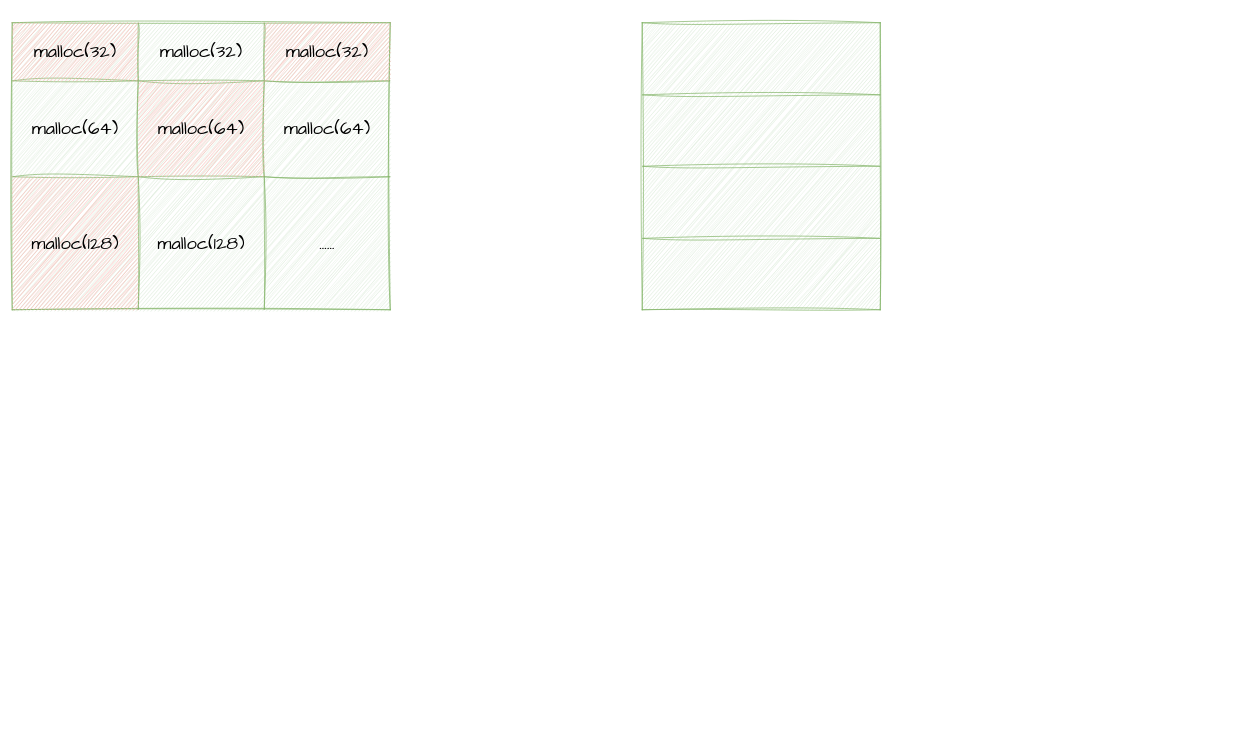
mykmuzi/github-slideshow keeps this draw.io diagram as malloc.drawio. Above is the earlier version. Source tidied: cells renumbered, new cells numbered last; positions are measured from the earlier drawing's top-left corner, leaving out a move shared by most shapes. Both pictures are drawn from the tidied source at 70%, with x=0, y=0 at pixel (12, 22).
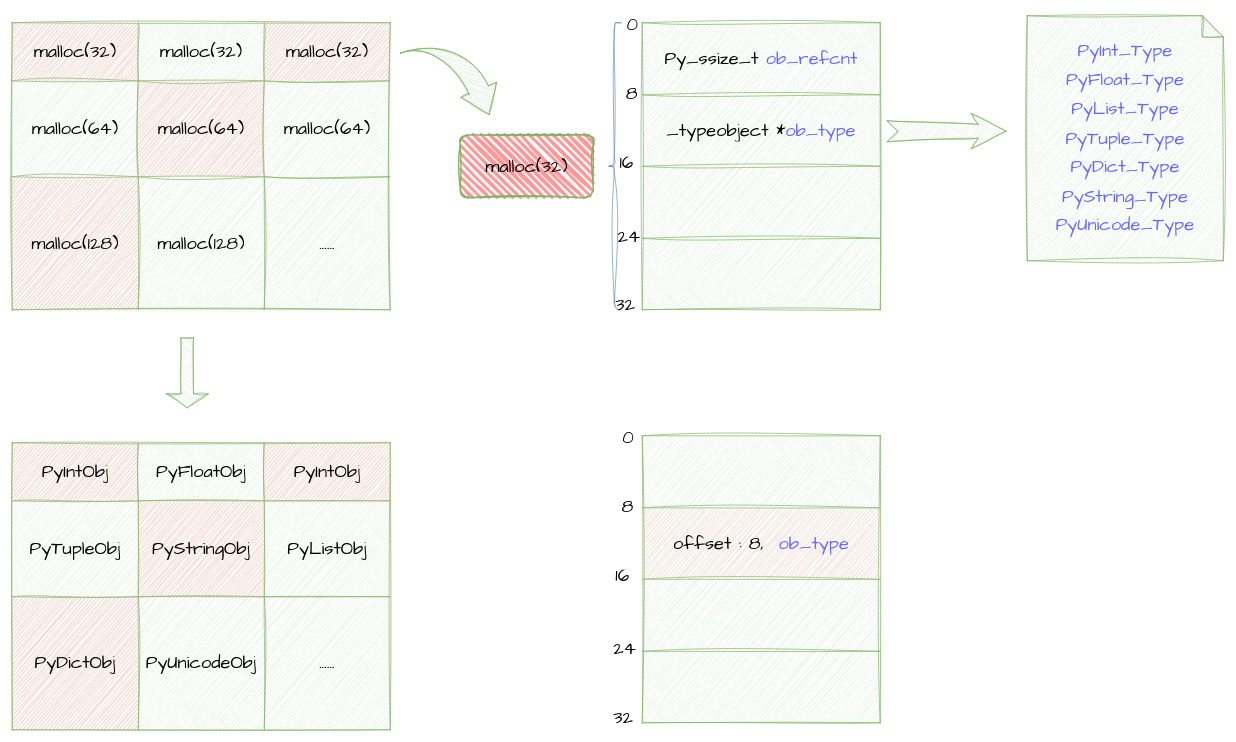
After the change.

Unchanged cells that the change refers to:
```xml
<mxCell id="16" style="shape=tableRow;horizontal=0;startSize=0;swimlaneHead=0;swimlaneBody=0;strokeColor=inherit;top=0;left=0;bottom=0;right=0;fillColor=none;sketch=1;jiggle=2;curveFitting=1;fontFamily=Comic Sans MS;fontSize=26;fontColor=default;" parent="15" vertex="1">
  <mxGeometry width="340" height="103" as="geometry" />
</mxCell>
<mxCell id="18" style="shape=tableRow;horizontal=0;startSize=0;swimlaneHead=0;swimlaneBody=0;strokeColor=inherit;top=0;left=0;bottom=0;right=0;fillColor=none;sketch=1;jiggle=2;curveFitting=1;fontFamily=Comic Sans MS;fontSize=26;fontColor=default;" parent="15" vertex="1">
  <mxGeometry y="103" width="340" height="102" as="geometry" />
</mxCell>
```

The edit, as a diff of the source:
```diff
@@
-    <mxCell id="17" style="shape=partialRectangle;html=1;whiteSpace=wrap;strokeColor=inherit;overflow=hidden;fillColor=none;top=0;left=0;bottom=0;right=0;sketch=1;jiggle=2;curveFitting=1;fontFamily=Comic Sans MS;fontSize=26;fontColor=default;startSize=0;" parent="16" vertex="1">
+    <mxCell id="17" value="Py_ssize_t &lt;font color=&quot;#6666ff&quot;&gt;ob_refcnt&lt;/font&gt;" style="shape=partialRectangle;html=1;whiteSpace=wrap;strokeColor=inherit;overflow=hidden;fillColor=none;top=0;left=0;bottom=0;right=0;sketch=1;jiggle=2;curveFitting=1;fontFamily=Comic Sans MS;fontSize=26;fontColor=default;startSize=0;" parent="16" vertex="1">
       <mxGeometry width="340" height="103" as="geometry" />
     </mxCell>
@@
-    <mxCell id="19" style="shape=partialRectangle;html=1;whiteSpace=wrap;strokeColor=inherit;overflow=hidden;fillColor=none;top=0;left=0;bottom=0;right=0;sketch=1;jiggle=2;curveFitting=1;fontFamily=Comic Sans MS;fontSize=26;fontColor=default;startSize=0;" parent="18" vertex="1">
+    <mxCell id="19" value="_typeobject *&lt;font color=&quot;#6666ff&quot;&gt;ob_type&lt;/font&gt;" style="shape=partialRectangle;html=1;whiteSpace=wrap;strokeColor=inherit;overflow=hidden;fillColor=none;top=0;left=0;bottom=0;right=0;sketch=1;jiggle=2;curveFitting=1;fontFamily=Comic Sans MS;fontSize=26;fontColor=default;startSize=0;" parent="18" vertex="1">
       <mxGeometry width="340" height="102" as="geometry" />
     </mxCell>
@@
+    <mxCell id="24" style="shape=curlyBracket;whiteSpace=wrap;html=1;rounded=1;labelPosition=left;verticalLabelPosition=middle;align=right;verticalAlign=middle;sketch=1;jiggle=2;curveFitting=1;strokeColor=#6c8ebf;fontFamily=Comic Sans MS;fontSize=26;startSize=0;fillColor=#dae8fc;" parent="1" vertex="1">
+      <mxGeometry x="850" width="20" height="410" as="geometry" />
+    </mxCell>
+    <mxCell id="25" value="malloc(32)" style="rounded=1;whiteSpace=wrap;html=1;strokeWidth=2;fillWeight=4;hachureGap=8;hachureAngle=45;fillColor=#FF9999;sketch=1;jiggle=2;curveFitting=1;strokeColor=#82b366;fontFamily=Comic Sans MS;fontSize=26;fontColor=default;startSize=0;" parent="1" vertex="1">
+      <mxGeometry x="640" y="160" width="190" height="90" as="geometry" />
+    </mxCell>
+    <mxCell id="26" style="html=1;shadow=0;dashed=0;align=center;verticalAlign=middle;shape=mxgraph.arrows2.stylisedArrow;dy=0.6;dx=40;notch=15;feather=0.4;sketch=1;jiggle=2;curveFitting=1;strokeColor=#82b366;fontFamily=Comic Sans MS;fontSize=26;fontColor=default;startSize=0;fillColor=#d5e8d4;" parent="1" vertex="1">
+      <mxGeometry x="1250" y="130" width="170" height="50" as="geometry" />
+    </mxCell>
+    <mxCell id="27" value="&lt;p style=&quot;line-height: 160%;&quot;&gt;&lt;font color=&quot;#6666ff&quot;&gt;PyInt_Type&lt;br&gt;PyFloat_Type&lt;br&gt;PyList_Type&lt;br&gt;PyTuple_Type&lt;br&gt;PyDict_Type&lt;br&gt;PyString_Type&lt;br&gt;PyUnicode_Type&lt;/font&gt;&lt;/p&gt;" style="shape=note;whiteSpace=wrap;html=1;backgroundOutline=1;darkOpacity=0.05;sketch=1;jiggle=2;curveFitting=1;strokeColor=#82b366;fontFamily=Comic Sans MS;fontSize=26;fontColor=default;startSize=0;fillColor=#d5e8d4;" parent="1" vertex="1">
+      <mxGeometry x="1450" y="-10" width="280" height="350" as="geometry" />
+    </mxCell>
+    <mxCell id="28" style="shape=table;startSize=0;childLayout=tableLayout;sketch=1;curveFitting=1;jiggle=2;fillColor=#d5e8d4;strokeColor=#82b366;" parent="1" vertex="1">
+      <mxGeometry y="600" width="540" height="410" as="geometry" />
+    </mxCell>
+    <mxCell id="29" style="shape=tableRow;horizontal=0;startSize=0;swimlaneHead=0;swimlaneBody=0;strokeColor=inherit;top=0;left=0;bottom=0;right=0;fillColor=none;" parent="28" vertex="1">
+      <mxGeometry width="540" height="83" as="geometry" />
+    </mxCell>
+    <mxCell id="30" value="PyIntObj" style="shape=partialRectangle;html=1;whiteSpace=wrap;overflow=hidden;top=0;left=0;bottom=0;right=0;fontFamily=Comic Sans MS;fontSize=26;sketch=1;curveFitting=1;jiggle=2;fillColor=#F8B5AE;strokeColor=#b85450;" parent="29" vertex="1">
+      <mxGeometry width="180" height="83" as="geometry" />
+    </mxCell>
+    <mxCell id="31" value="PyFloatObj" style="shape=partialRectangle;html=1;whiteSpace=wrap;strokeColor=inherit;overflow=hidden;fillColor=none;top=0;left=0;bottom=0;right=0;fontFamily=Comic Sans MS;fontSize=26;" parent="29" vertex="1">
+      <mxGeometry x="180" width="180" height="83" as="geometry" />
+    </mxCell>
+    <mxCell id="32" value="PyIntObj" style="shape=partialRectangle;html=1;whiteSpace=wrap;strokeColor=#b85450;overflow=hidden;fillColor=#F8B5AE;top=0;left=0;bottom=0;right=0;fontFamily=Comic Sans MS;fontSize=26;sketch=1;curveFitting=1;jiggle=2;" parent="29" vertex="1">
+      <mxGeometry x="360" width="180" height="83" as="geometry" />
+    </mxCell>
+    <mxCell id="33" style="shape=tableRow;horizontal=0;startSize=0;swimlaneHead=0;swimlaneBody=0;strokeColor=inherit;top=0;left=0;bottom=0;right=0;fillColor=none;" parent="28" vertex="1">
+      <mxGeometry y="83" width="540" height="137" as="geometry" />
+    </mxCell>
+    <mxCell id="34" value="PyTupleObj" style="shape=partialRectangle;html=1;whiteSpace=wrap;strokeColor=inherit;overflow=hidden;fillColor=none;top=0;left=0;bottom=0;right=0;fontFamily=Comic Sans MS;fontSize=26;" parent="33" vertex="1">
+      <mxGeometry width="180" height="137" as="geometry" />
+    </mxCell>
+    <mxCell id="35" value="PyStringObj" style="shape=partialRectangle;html=1;whiteSpace=wrap;strokeColor=#b85450;overflow=hidden;fillColor=#F8B5AE;top=0;left=0;bottom=0;right=0;fontFamily=Comic Sans MS;fontSize=26;sketch=1;curveFitting=1;jiggle=2;" parent="33" vertex="1">
+      <mxGeometry x="180" width="180" height="137" as="geometry" />
+    </mxCell>
+    <mxCell id="36" value="PyListObj" style="shape=partialRectangle;html=1;whiteSpace=wrap;strokeColor=inherit;overflow=hidden;fillColor=none;top=0;left=0;bottom=0;right=0;fontFamily=Comic Sans MS;fontSize=26;" parent="33" vertex="1">
+      <mxGeometry x="360" width="180" height="137" as="geometry" />
+    </mxCell>
+    <mxCell id="37" style="shape=tableRow;horizontal=0;startSize=0;swimlaneHead=0;swimlaneBody=0;strokeColor=inherit;top=0;left=0;bottom=0;right=0;fillColor=none;" parent="28" vertex="1">
+      <mxGeometry y="220" width="540" height="190" as="geometry" />
+    </mxCell>
+    <mxCell id="38" value="PyDictObj" style="shape=partialRectangle;html=1;whiteSpace=wrap;strokeColor=#b85450;overflow=hidden;fillColor=#F8B5AE;top=0;left=0;bottom=0;right=0;fontFamily=Comic Sans MS;fontSize=26;sketch=1;curveFitting=1;jiggle=2;" parent="37" vertex="1">
+      <mxGeometry width="180" height="190" as="geometry" />
+    </mxCell>
+    <mxCell id="39" value="PyUnicodeObj" style="shape=partialRectangle;html=1;whiteSpace=wrap;strokeColor=inherit;overflow=hidden;fillColor=none;top=0;left=0;bottom=0;right=0;fontFamily=Comic Sans MS;fontSize=26;" parent="37" vertex="1">
+      <mxGeometry x="180" width="180" height="190" as="geometry" />
+    </mxCell>
+    <mxCell id="40" value="......" style="shape=partialRectangle;html=1;whiteSpace=wrap;strokeColor=inherit;overflow=hidden;fillColor=none;top=0;left=0;bottom=0;right=0;fontFamily=Comic Sans MS;fontSize=26;" parent="37" vertex="1">
+      <mxGeometry x="360" width="180" height="190" as="geometry" />
+    </mxCell>
+    <mxCell id="41" style="shape=singleArrow;direction=south;whiteSpace=wrap;html=1;sketch=1;jiggle=2;curveFitting=1;strokeColor=#82b366;fontFamily=Comic Sans MS;fontSize=26;fontColor=default;startSize=0;fillColor=#d5e8d4;" parent="1" vertex="1">
+      <mxGeometry x="220" y="450" width="60" height="100" as="geometry" />
+    </mxCell>
+    <mxCell id="42" style="html=1;shadow=0;dashed=0;align=center;verticalAlign=middle;shape=mxgraph.arrows2.jumpInArrow;dy=15;dx=38;arrowHead=55;sketch=1;jiggle=2;curveFitting=1;strokeColor=#82b366;fontFamily=Comic Sans MS;fontSize=26;fontColor=default;startSize=0;fillColor=#d5e8d4;rotation=67;" parent="1" vertex="1">
+      <mxGeometry x="565.5" y="26.8" width="130" height="110" as="geometry" />
+    </mxCell>
+    <mxCell id="43" style="shape=table;startSize=0;childLayout=tableLayout;sketch=1;jiggle=2;curveFitting=1;strokeColor=#82b366;fontFamily=Comic Sans MS;fontSize=26;fontColor=default;fillColor=#d5e8d4;" parent="1" vertex="1">
+      <mxGeometry x="900" y="590" width="340" height="410" as="geometry" />
+    </mxCell>
+    <mxCell id="44" style="shape=tableRow;horizontal=0;startSize=0;swimlaneHead=0;swimlaneBody=0;strokeColor=inherit;top=0;left=0;bottom=0;right=0;fillColor=none;sketch=1;jiggle=2;curveFitting=1;fontFamily=Comic Sans MS;fontSize=26;fontColor=default;" parent="43" vertex="1">
+      <mxGeometry width="340" height="103" as="geometry" />
+    </mxCell>
+    <mxCell id="45" style="shape=partialRectangle;html=1;whiteSpace=wrap;strokeColor=inherit;overflow=hidden;fillColor=none;top=0;left=0;bottom=0;right=0;sketch=1;jiggle=2;curveFitting=1;fontFamily=Comic Sans MS;fontSize=26;fontColor=default;startSize=0;" parent="44" vertex="1">
+      <mxGeometry width="340" height="103" as="geometry" />
+    </mxCell>
+    <mxCell id="46" style="shape=tableRow;horizontal=0;startSize=0;swimlaneHead=0;swimlaneBody=0;strokeColor=inherit;top=0;left=0;bottom=0;right=0;fillColor=none;sketch=1;jiggle=2;curveFitting=1;fontFamily=Comic Sans MS;fontSize=26;fontColor=default;" parent="43" vertex="1">
+      <mxGeometry y="103" width="340" height="102" as="geometry" />
+    </mxCell>
+    <mxCell id="47" value="offset : 8,&amp;nbsp;&amp;nbsp;&lt;font color=&quot;#6666ff&quot;&gt;ob_type&lt;/font&gt;" style="shape=partialRectangle;html=1;whiteSpace=wrap;strokeColor=#b85450;overflow=hidden;fillColor=#f8cecc;top=0;left=0;bottom=0;right=0;sketch=1;jiggle=2;curveFitting=1;fontFamily=Comic Sans MS;fontSize=26;startSize=0;" parent="46" vertex="1">
+      <mxGeometry width="340" height="102" as="geometry" />
+    </mxCell>
+    <mxCell id="48" style="shape=tableRow;horizontal=0;startSize=0;swimlaneHead=0;swimlaneBody=0;strokeColor=inherit;top=0;left=0;bottom=0;right=0;fillColor=none;sketch=1;jiggle=2;curveFitting=1;fontFamily=Comic Sans MS;fontSize=26;fontColor=default;" parent="43" vertex="1">
+      <mxGeometry y="205" width="340" height="103" as="geometry" />
+    </mxCell>
+    <mxCell id="49" style="shape=partialRectangle;html=1;whiteSpace=wrap;strokeColor=inherit;overflow=hidden;fillColor=none;top=0;left=0;bottom=0;right=0;sketch=1;jiggle=2;curveFitting=1;fontFamily=Comic Sans MS;fontSize=26;fontColor=default;startSize=0;" parent="48" vertex="1">
+      <mxGeometry width="340" height="103" as="geometry" />
+    </mxCell>
+    <mxCell id="50" style="shape=tableRow;horizontal=0;startSize=0;swimlaneHead=0;swimlaneBody=0;strokeColor=inherit;top=0;left=0;bottom=0;right=0;fillColor=none;sketch=1;jiggle=2;curveFitting=1;fontFamily=Comic Sans MS;fontSize=26;fontColor=default;" parent="43" vertex="1">
+      <mxGeometry y="308" width="340" height="102" as="geometry" />
+    </mxCell>
+    <mxCell id="51" style="shape=partialRectangle;html=1;whiteSpace=wrap;strokeColor=inherit;overflow=hidden;fillColor=none;top=0;left=0;bottom=0;right=0;sketch=1;jiggle=2;curveFitting=1;fontFamily=Comic Sans MS;fontSize=26;fontColor=default;startSize=0;" parent="50" vertex="1">
+      <mxGeometry width="340" height="102" as="geometry" />
+    </mxCell>
+    <mxCell id="52" value="0" style="html=1;whiteSpace=wrap;align=left;verticalAlign=bottom;sketch=1;jiggle=2;curveFitting=1;strokeColor=#82b366;fontFamily=Comic Sans MS;fontSize=26;fontColor=default;startSize=0;fillColor=#d5e8d4;" parent="1" vertex="1">
+      <mxGeometry x="870" y="610" as="geometry" />
+    </mxCell>
+    <mxCell id="53" value="8" style="html=1;whiteSpace=wrap;align=left;verticalAlign=bottom;sketch=1;jiggle=2;curveFitting=1;strokeColor=#82b366;fontFamily=Comic Sans MS;fontSize=26;fontColor=default;startSize=0;fillColor=#d5e8d4;" parent="1" vertex="1">
+      <mxGeometry x="869" y="708" as="geometry" />
+    </mxCell>
+    <mxCell id="54" value="16" style="html=1;whiteSpace=wrap;align=left;verticalAlign=bottom;sketch=1;jiggle=2;curveFitting=1;strokeColor=#82b366;fontFamily=Comic Sans MS;fontSize=26;fontColor=default;startSize=0;fillColor=#d5e8d4;" parent="1" vertex="1">
+      <mxGeometry x="860" y="807" as="geometry" />
+    </mxCell>
+    <mxCell id="55" value="24" style="html=1;whiteSpace=wrap;align=left;verticalAlign=bottom;sketch=1;jiggle=2;curveFitting=1;strokeColor=#82b366;fontFamily=Comic Sans MS;fontSize=26;fontColor=default;startSize=0;fillColor=#d5e8d4;" parent="1" vertex="1">
+      <mxGeometry x="857" y="912" as="geometry" />
+    </mxCell>
+    <mxCell id="56" value="0" style="html=1;whiteSpace=wrap;align=left;verticalAlign=bottom;sketch=1;jiggle=2;curveFitting=1;strokeColor=#82b366;fontFamily=Comic Sans MS;fontSize=26;fontColor=default;startSize=0;fillColor=#d5e8d4;" parent="1" vertex="1">
+      <mxGeometry x="875.5" y="20" as="geometry" />
+    </mxCell>
+    <mxCell id="57" value="8" style="html=1;whiteSpace=wrap;align=left;verticalAlign=bottom;sketch=1;jiggle=2;curveFitting=1;strokeColor=#82b366;fontFamily=Comic Sans MS;fontSize=26;fontColor=default;startSize=0;fillColor=#d5e8d4;" parent="1" vertex="1">
+      <mxGeometry x="874.5" y="118" as="geometry" />
+    </mxCell>
+    <mxCell id="58" value="16" style="html=1;whiteSpace=wrap;align=left;verticalAlign=bottom;sketch=1;jiggle=2;curveFitting=1;strokeColor=#82b366;fontFamily=Comic Sans MS;fontSize=26;fontColor=default;startSize=0;fillColor=#d5e8d4;" parent="1" vertex="1">
+      <mxGeometry x="865.5" y="217" as="geometry" />
+    </mxCell>
+    <mxCell id="59" value="24" style="html=1;whiteSpace=wrap;align=left;verticalAlign=bottom;sketch=1;jiggle=2;curveFitting=1;strokeColor=#82b366;fontFamily=Comic Sans MS;fontSize=26;fontColor=default;startSize=0;fillColor=#d5e8d4;" parent="1" vertex="1">
+      <mxGeometry x="862.5" y="322" as="geometry" />
+    </mxCell>
+    <mxCell id="60" value="32" style="html=1;whiteSpace=wrap;align=left;verticalAlign=bottom;sketch=1;jiggle=2;curveFitting=1;strokeColor=#82b366;fontFamily=Comic Sans MS;fontSize=26;fontColor=default;startSize=0;fillColor=#d5e8d4;direction=south;" parent="1" vertex="1">
+      <mxGeometry x="860" y="420" as="geometry" />
+    </mxCell>
+    <mxCell id="61" value="32" style="html=1;whiteSpace=wrap;align=left;verticalAlign=bottom;sketch=1;jiggle=2;curveFitting=1;strokeColor=#82b366;fontFamily=Comic Sans MS;fontSize=26;fontColor=default;startSize=0;fillColor=#d5e8d4;direction=west;" parent="1" vertex="1">
+      <mxGeometry x="857" y="1010" as="geometry" />
+    </mxCell>
```
